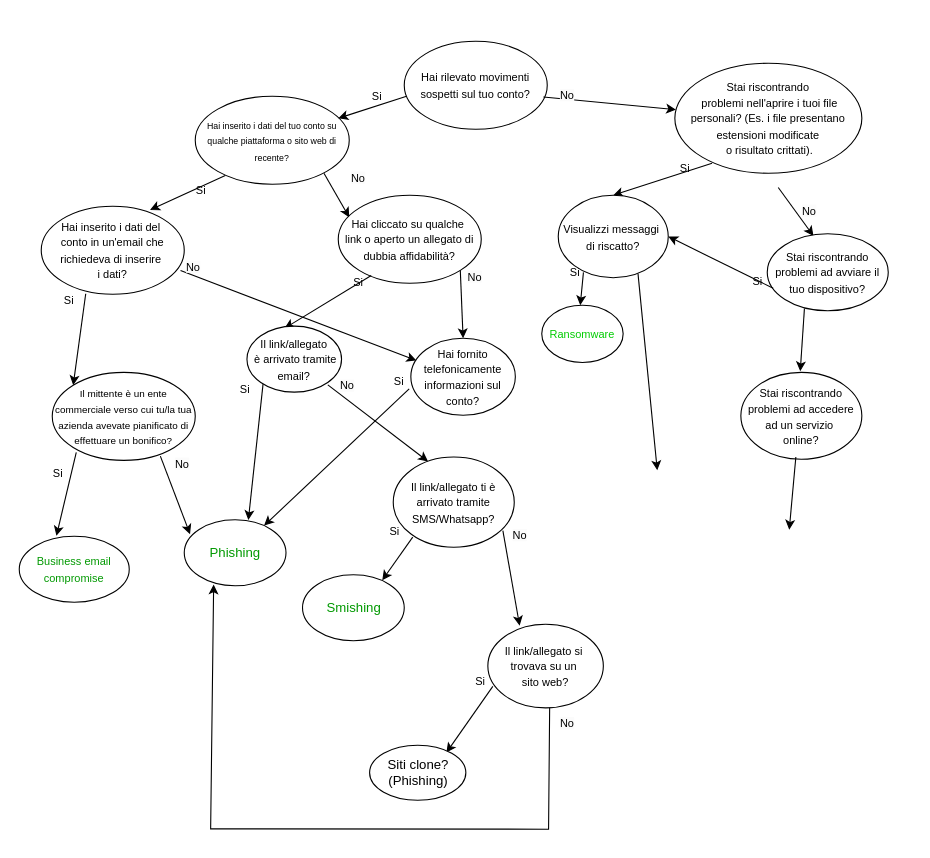
Before: Diagramma senza titolo.drawio in ClaudiaMarano/Decision-tree, a draw.io diagram. Source tidied: cells renumbered, new cells numbered last; positions are measured from the earlier drawing's top-left corner, leaving out a move shared by most shapes. Both pictures are drawn from the tidied source at 110%, with x=0, y=0 at pixel (19, 41).
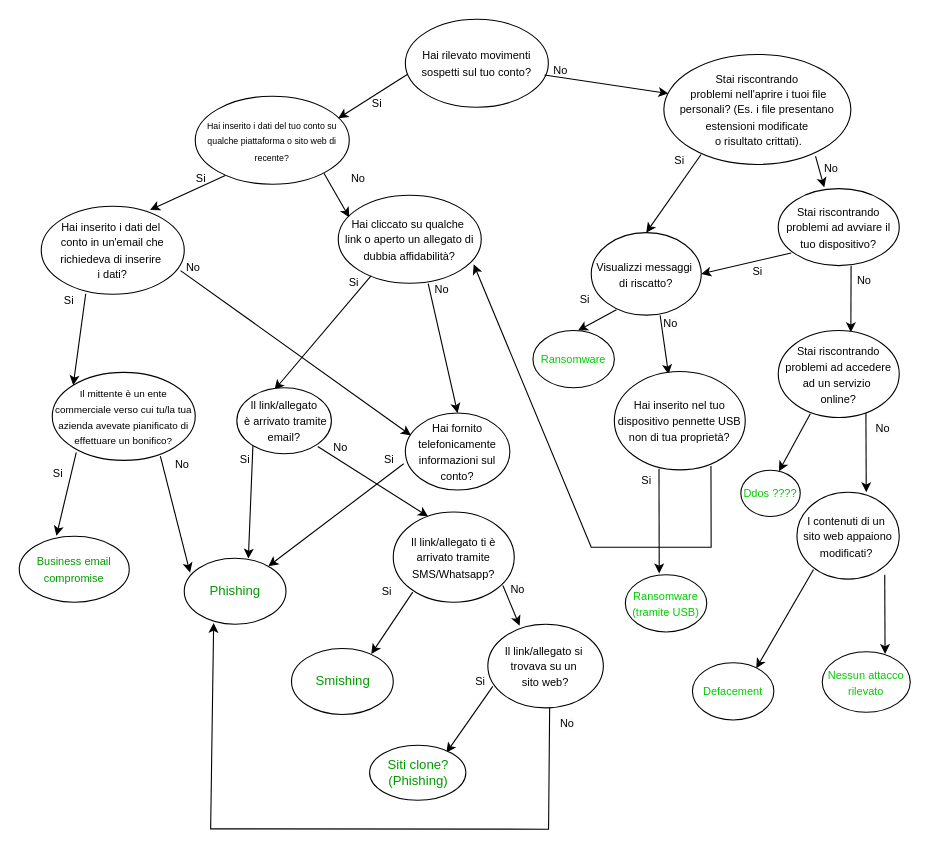
The same diagram, later.

Unchanged cells that the change refers to:
```xml
<mxCell id="15" value="&lt;span style=&quot;font-size: 10px;&quot;&gt;Hai cliccato su qualche&amp;nbsp;&lt;/span&gt;&lt;div&gt;&lt;span style=&quot;font-size: 10px;&quot;&gt;link o aperto un allegato di dubbia affidabilità?&lt;/span&gt;&lt;/div&gt;" style="ellipse;whiteSpace=wrap;html=1;" parent="1" vertex="1">
  <mxGeometry x="290" y="140" width="130" height="80" as="geometry" />
</mxCell>
```

The edit, as a diff of the source:
```diff
@@
     <mxCell id="2" value="&lt;font style=&quot;font-size: 10px;&quot;&gt;Hai rilevato movimenti sospetti sul tuo conto?&lt;/font&gt;" style="ellipse;whiteSpace=wrap;html=1;" parent="1" vertex="1">
-      <mxGeometry x="350" width="130" height="80" as="geometry" />
+      <mxGeometry x="351" y="-20" width="130" height="80" as="geometry" />
     </mxCell>
     <mxCell id="3" value="&lt;font style=&quot;font-size: 10px;&quot;&gt;Stai riscontrando&lt;/font&gt;&lt;div&gt;&lt;font style=&quot;font-size: 10px;&quot;&gt;&amp;nbsp;problemi nell'aprire i tuoi file personali? (Es. i file presentano estensioni modificate&lt;/font&gt;&lt;/div&gt;&lt;div&gt;&lt;font style=&quot;font-size: 10px;&quot;&gt;&amp;nbsp;o risultato crittati).&lt;/font&gt;&lt;/div&gt;" style="ellipse;whiteSpace=wrap;html=1;" parent="1" vertex="1">
-      <mxGeometry x="596" y="20" width="170" height="100" as="geometry" />
+      <mxGeometry x="586" y="12" width="170" height="100" as="geometry" />
     </mxCell>
@@
-    <mxCell id="6" style="endArrow=classic;html=1;rounded=0;exitX=0.973;exitY=0.633;exitDx=0;exitDy=0;exitPerimeter=0;" parent="1" edge="1" source="2" target="3">
+    <mxCell id="6" style="endArrow=classic;html=1;rounded=0;exitX=0.973;exitY=0.633;exitDx=0;exitDy=0;exitPerimeter=0;entryX=0.024;entryY=0.355;entryDx=0;entryDy=0;entryPerimeter=0;" parent="1" edge="1" source="2" target="3">
       <mxGeometry relative="1" as="geometry" />
     </mxCell>
     <mxCell id="7" value="&lt;font style=&quot;font-size: 10px;&quot;&gt;Si&lt;/font&gt;" style="text;html=1;align=center;verticalAlign=middle;strokeColor=none;fillColor=none;" parent="1" vertex="1">
-      <mxGeometry x="310" y="35" width="30" height="30" as="geometry" />
+      <mxGeometry x="310" y="41" width="30" height="30" as="geometry" />
     </mxCell>
     <mxCell id="8" value="&lt;span style=&quot;color: rgb(0, 0, 0); font-family: Helvetica; font-size: 10px; font-style: normal; font-variant-ligatures: normal; font-variant-caps: normal; font-weight: 400; letter-spacing: normal; orphans: 2; text-align: center; text-indent: 0px; text-transform: none; widows: 2; word-spacing: 0px; -webkit-text-stroke-width: 0px; white-space: nowrap; background-color: rgb(251, 251, 251); text-decoration-thickness: initial; text-decoration-style: initial; text-decoration-color: initial; display: inline !important; float: none;&quot;&gt;No&lt;/span&gt;" style="text;whiteSpace=wrap;html=1;" parent="1" vertex="1">
-      <mxGeometry x="490" y="35" width="20" height="20" as="geometry" />
+      <mxGeometry x="484" y="12" width="20" height="18" as="geometry" />
     </mxCell>
     <mxCell id="9" value="&lt;font style=&quot;font-size: 10px;&quot;&gt;Si&lt;/font&gt;" style="text;html=1;align=center;verticalAlign=middle;strokeColor=none;fillColor=none;" parent="1" vertex="1">
-      <mxGeometry x="150" y="120" width="30" height="30" as="geometry" />
+      <mxGeometry x="150" y="109" width="30" height="30" as="geometry" />
     </mxCell>
@@
     <mxCell id="11" value="&lt;font style=&quot;font-size: 10px;&quot;&gt;Si&lt;/font&gt;" style="text;html=1;align=center;verticalAlign=middle;strokeColor=none;fillColor=none;" parent="1" vertex="1">
-      <mxGeometry x="590" y="100" width="30" height="30" as="geometry" />
+      <mxGeometry x="585" y="93" width="30" height="30" as="geometry" />
     </mxCell>
@@
     <mxCell id="17" value="&lt;span style=&quot;color: rgb(0, 0, 0); font-family: Helvetica; font-size: 10px; font-style: normal; font-variant-ligatures: normal; font-variant-caps: normal; font-weight: 400; letter-spacing: normal; orphans: 2; text-align: center; text-indent: 0px; text-transform: none; widows: 2; word-spacing: 0px; -webkit-text-stroke-width: 0px; white-space: nowrap; background-color: rgb(251, 251, 251); text-decoration-thickness: initial; text-decoration-style: initial; text-decoration-color: initial; display: inline !important; float: none;&quot;&gt;No&lt;/span&gt;" style="text;whiteSpace=wrap;html=1;" parent="1" vertex="1">
-      <mxGeometry x="710" y="140" width="20" height="20" as="geometry" />
+      <mxGeometry x="730" y="101" width="20" height="20" as="geometry" />
     </mxCell>
-    <mxCell id="18" style="endArrow=classic;html=1;rounded=0;exitX=0.973;exitY=0.633;exitDx=0;exitDy=0;exitPerimeter=0;" parent="1" edge="1">
-      <mxGeometry relative="1" as="geometry">
-        <mxPoint x="690" y="133" as="sourcePoint" />
-        <mxPoint x="722" y="177" as="targetPoint" />
-      </mxGeometry>
+    <mxCell id="18" style="endArrow=classic;html=1;rounded=0;exitX=0.811;exitY=0.925;exitDx=0;exitDy=0;exitPerimeter=0;entryX=0.38;entryY=-0.016;entryDx=0;entryDy=0;entryPerimeter=0;" parent="1" edge="1" source="3" target="54">
+      <mxGeometry relative="1" as="geometry" />
     </mxCell>
@@
-    <mxCell id="20" style="endArrow=classic;html=1;rounded=0;exitX=1;exitY=1;exitDx=0;exitDy=0;entryX=0.5;entryY=0;entryDx=0;entryDy=0;" parent="1" edge="1" source="15" target="21">
+    <mxCell id="20" style="endArrow=classic;html=1;rounded=0;exitX=0.629;exitY=1.005;exitDx=0;exitDy=0;entryX=0.5;entryY=0;entryDx=0;entryDy=0;exitPerimeter=0;" parent="1" edge="1" source="15" target="21">
       <mxGeometry relative="1" as="geometry" />
     </mxCell>
     <mxCell id="21" value="&lt;span style=&quot;font-size: 10px;&quot;&gt;Hai fornito telefonicamente informazioni sul conto?&lt;/span&gt;" style="ellipse;whiteSpace=wrap;html=1;" parent="1" vertex="1">
-      <mxGeometry x="356" y="270" width="95" height="70" as="geometry" />
+      <mxGeometry x="351" y="338" width="95" height="70" as="geometry" />
     </mxCell>
@@
     <mxCell id="28" value="&lt;span style=&quot;color: rgb(0, 0, 0); font-family: Helvetica; font-size: 10px; font-style: normal; font-variant-ligatures: normal; font-variant-caps: normal; font-weight: 400; letter-spacing: normal; orphans: 2; text-align: center; text-indent: 0px; text-transform: none; widows: 2; word-spacing: 0px; -webkit-text-stroke-width: 0px; white-space: nowrap; background-color: rgb(251, 251, 251); text-decoration-thickness: initial; text-decoration-style: initial; text-decoration-color: initial; display: inline !important; float: none;&quot;&gt;No&lt;/span&gt;" style="text;whiteSpace=wrap;html=1;" parent="1" vertex="1">
-      <mxGeometry x="406" y="200" width="20" height="20" as="geometry" />
+      <mxGeometry x="376" y="211" width="20" height="20" as="geometry" />
     </mxCell>
@@
     <mxCell id="33" value="&lt;font color=&quot;#009900&quot;&gt;Phishing&lt;/font&gt;" style="ellipse;whiteSpace=wrap;html=1;" parent="1" vertex="1">
-      <mxGeometry x="150" y="435" width="92.5" height="60" as="geometry" />
+      <mxGeometry x="150" y="470" width="92.5" height="60" as="geometry" />
     </mxCell>
     <mxCell id="34" value="&lt;span style=&quot;font-size: 10px;&quot;&gt;Il link/allegato&lt;/span&gt;&lt;div&gt;&lt;span style=&quot;font-size: 10px;&quot;&gt;&amp;nbsp;è arrivato tramite email?&lt;/span&gt;&lt;/div&gt;" style="ellipse;whiteSpace=wrap;html=1;" parent="1" vertex="1">
-      <mxGeometry x="207" y="259" width="86" height="60" as="geometry" />
+      <mxGeometry x="197.8" y="315" width="86" height="60" as="geometry" />
     </mxCell>
     <mxCell id="35" value="&lt;font style=&quot;font-size: 10px;&quot;&gt;Si&lt;/font&gt;" style="text;html=1;align=center;verticalAlign=middle;strokeColor=none;fillColor=none;" parent="1" vertex="1">
-      <mxGeometry x="293" y="204" width="30" height="30" as="geometry" />
+      <mxGeometry x="289" y="204" width="30" height="30" as="geometry" />
     </mxCell>
@@
     <mxCell id="38" value="&lt;span style=&quot;font-size: 10px;&quot;&gt;Il link/allegato ti è arrivato tramite SMS/Whatsapp?&lt;/span&gt;" style="ellipse;whiteSpace=wrap;html=1;" parent="1" vertex="1">
-      <mxGeometry x="340" y="378" width="110" height="82" as="geometry" />
+      <mxGeometry x="340" y="428" width="110" height="82" as="geometry" />
     </mxCell>
     <mxCell id="39" value="&lt;font style=&quot;font-size: 10px;&quot;&gt;Si&lt;/font&gt;" style="text;html=1;align=center;verticalAlign=middle;strokeColor=none;fillColor=none;" parent="1" vertex="1">
-      <mxGeometry x="190" y="301" width="30" height="30" as="geometry" />
+      <mxGeometry x="190" y="365" width="30" height="30" as="geometry" />
     </mxCell>
-    <mxCell id="40" style="endArrow=classic;html=1;rounded=0;exitX=0.161;exitY=0.888;exitDx=0;exitDy=0;exitPerimeter=0;" parent="1" edge="1" source="38">
-      <mxGeometry relative="1" as="geometry">
-        <mxPoint x="330" y="490" as="targetPoint" />
-      </mxGeometry>
+    <mxCell id="40" style="endArrow=classic;html=1;rounded=0;exitX=0.161;exitY=0.888;exitDx=0;exitDy=0;exitPerimeter=0;entryX=0.784;entryY=0.083;entryDx=0;entryDy=0;entryPerimeter=0;" parent="1" edge="1" source="38" target="41">
+      <mxGeometry relative="1" as="geometry" />
     </mxCell>
     <mxCell id="41" value="&lt;font color=&quot;#009900&quot;&gt;Smishing&lt;/font&gt;" style="ellipse;whiteSpace=wrap;html=1;" parent="1" vertex="1">
-      <mxGeometry x="257.5" y="485" width="92.5" height="60" as="geometry" />
+      <mxGeometry x="247.5" y="552" width="92.5" height="60" as="geometry" />
     </mxCell>
@@
     <mxCell id="43" value="&lt;font style=&quot;font-size: 10px;&quot;&gt;Si&lt;/font&gt;" style="text;html=1;align=center;verticalAlign=middle;strokeColor=none;fillColor=none;" parent="1" vertex="1">
-      <mxGeometry x="330" y="294" width="30" height="30" as="geometry" />
+      <mxGeometry x="321" y="365" width="30" height="30" as="geometry" />
     </mxCell>
     <mxCell id="44" value="&lt;font style=&quot;font-size: 10px;&quot;&gt;Si&lt;/font&gt;" style="text;html=1;align=center;verticalAlign=middle;strokeColor=none;fillColor=none;" parent="1" vertex="1">
-      <mxGeometry x="326" y="430" width="30" height="30" as="geometry" />
+      <mxGeometry x="318.5" y="485" width="30" height="30" as="geometry" />
     </mxCell>
     <mxCell id="45" value="&lt;span style=&quot;color: rgb(0, 0, 0); font-family: Helvetica; font-size: 10px; font-style: normal; font-variant-ligatures: normal; font-variant-caps: normal; font-weight: 400; letter-spacing: normal; orphans: 2; text-align: center; text-indent: 0px; text-transform: none; widows: 2; word-spacing: 0px; -webkit-text-stroke-width: 0px; white-space: nowrap; background-color: rgb(251, 251, 251); text-decoration-thickness: initial; text-decoration-style: initial; text-decoration-color: initial; display: inline !important; float: none;&quot;&gt;No&lt;/span&gt;" style="text;whiteSpace=wrap;html=1;" parent="1" vertex="1">
-      <mxGeometry x="290" y="299" width="20" height="20" as="geometry" />
+      <mxGeometry x="283.8" y="355" width="20" height="20" as="geometry" />
     </mxCell>
@@
-    <mxCell id="49" value="Siti clone? (Phishing)" style="ellipse;whiteSpace=wrap;html=1;" parent="1" vertex="1">
+    <mxCell id="49" value="&lt;font color=&quot;#009900&quot;&gt;Siti clone? (Phishing)&lt;/font&gt;" style="ellipse;whiteSpace=wrap;html=1;" parent="1" vertex="1">
       <mxGeometry x="318.5" y="640" width="87.5" height="50" as="geometry" />
     </mxCell>
@@
     <mxCell id="51" value="&lt;span style=&quot;color: rgb(0, 0, 0); font-family: Helvetica; font-size: 10px; font-style: normal; font-variant-ligatures: normal; font-variant-caps: normal; font-weight: 400; letter-spacing: normal; orphans: 2; text-align: center; text-indent: 0px; text-transform: none; widows: 2; word-spacing: 0px; -webkit-text-stroke-width: 0px; white-space: nowrap; background-color: rgb(251, 251, 251); text-decoration-thickness: initial; text-decoration-style: initial; text-decoration-color: initial; display: inline !important; float: none;&quot;&gt;No&lt;/span&gt;" style="text;whiteSpace=wrap;html=1;" parent="1" vertex="1">
-      <mxGeometry x="447" y="435" width="20" height="20" as="geometry" />
+      <mxGeometry x="445" y="484" width="20" height="20" as="geometry" />
     </mxCell>
@@
     <mxCell id="53" value="&lt;span style=&quot;font-size: 10px;&quot;&gt;Visualizzi messaggi&amp;nbsp;&lt;/span&gt;&lt;div&gt;&lt;span style=&quot;font-size: 10px;&quot;&gt;di riscatto?&lt;/span&gt;&lt;/div&gt;" style="ellipse;whiteSpace=wrap;html=1;" parent="1" vertex="1">
-      <mxGeometry x="490" y="140" width="100" height="75" as="geometry" />
+      <mxGeometry x="520" y="174" width="100" height="75" as="geometry" />
     </mxCell>
     <mxCell id="54" value="&lt;span style=&quot;font-size: 10px;&quot;&gt;Stai riscontrando problemi ad avviare il tuo dispositivo?&lt;/span&gt;" style="ellipse;whiteSpace=wrap;html=1;" parent="1" vertex="1">
-      <mxGeometry x="680" y="175" width="110" height="70" as="geometry" />
+      <mxGeometry x="690" y="134" width="110" height="70" as="geometry" />
     </mxCell>
-    <mxCell id="55" style="endArrow=classic;html=1;rounded=0;entryX=1;entryY=0.5;entryDx=0;entryDy=0;exitX=0.049;exitY=0.708;exitDx=0;exitDy=0;exitPerimeter=0;" parent="1" edge="1" source="54" target="53">
+    <mxCell id="55" style="endArrow=classic;html=1;rounded=0;entryX=1;entryY=0.5;entryDx=0;entryDy=0;exitX=0.107;exitY=0.835;exitDx=0;exitDy=0;exitPerimeter=0;" parent="1" edge="1" source="54" target="53">
       <mxGeometry relative="1" as="geometry" />
     </mxCell>
-    <mxCell id="56" style="endArrow=classic;html=1;rounded=0;exitX=0.229;exitY=0.935;exitDx=0;exitDy=0;exitPerimeter=0;" parent="1" edge="1" source="53">
-      <mxGeometry relative="1" as="geometry">
-        <mxPoint x="510" y="240" as="targetPoint" />
-      </mxGeometry>
+    <mxCell id="56" style="endArrow=classic;html=1;rounded=0;exitX=0.229;exitY=0.935;exitDx=0;exitDy=0;exitPerimeter=0;entryX=0.553;entryY=0;entryDx=0;entryDy=0;entryPerimeter=0;" parent="1" edge="1" source="53" target="57">
+      <mxGeometry relative="1" as="geometry" />
     </mxCell>
     <mxCell id="57" value="&lt;span style=&quot;font-size: 10px;&quot;&gt;&lt;font color=&quot;#00cc00&quot;&gt;Ransomware&lt;/font&gt;&lt;/span&gt;" style="ellipse;whiteSpace=wrap;html=1;" parent="1" vertex="1">
-      <mxGeometry x="475" y="240" width="74" height="52" as="geometry" />
+      <mxGeometry x="467" y="263" width="74" height="52" as="geometry" />
     </mxCell>
@@
     <mxCell id="59" value="&lt;font style=&quot;font-size: 10px;&quot;&gt;Si&lt;/font&gt;" style="text;html=1;align=center;verticalAlign=middle;strokeColor=none;fillColor=none;" parent="1" vertex="1">
-      <mxGeometry x="490" y="195" width="30" height="30" as="geometry" />
+      <mxGeometry x="499" y="219" width="30" height="30" as="geometry" />
     </mxCell>
     <mxCell id="60" value="&lt;font style=&quot;font-size: 10px;&quot;&gt;Si&lt;/font&gt;" style="text;html=1;align=center;verticalAlign=middle;strokeColor=none;fillColor=none;" parent="1" vertex="1">
-      <mxGeometry x="656" y="203" width="30" height="30" as="geometry" />
+      <mxGeometry x="656" y="194" width="30" height="30" as="geometry" />
     </mxCell>
-    <mxCell id="61" style="endArrow=classic;html=1;rounded=0;exitX=0.973;exitY=0.633;exitDx=0;exitDy=0;exitPerimeter=0;" parent="1" edge="1">
-      <mxGeometry relative="1" as="geometry">
-        <mxPoint x="713.8" y="243" as="sourcePoint" />
-        <mxPoint x="710" y="300" as="targetPoint" />
-      </mxGeometry>
+    <mxCell id="61" style="endArrow=classic;html=1;rounded=0;exitX=0.602;exitY=1;exitDx=0;exitDy=0;exitPerimeter=0;entryX=0.6;entryY=0.019;entryDx=0;entryDy=0;entryPerimeter=0;" parent="1" edge="1" source="54" target="62">
+      <mxGeometry relative="1" as="geometry" />
     </mxCell>
     <mxCell id="62" value="&lt;span style=&quot;font-size: 10px;&quot;&gt;Stai riscontrando problemi ad accedere ad un servizio&amp;nbsp;&lt;/span&gt;&lt;div&gt;&lt;span style=&quot;font-size: 10px;&quot;&gt;online?&lt;/span&gt;&lt;/div&gt;" style="ellipse;whiteSpace=wrap;html=1;" parent="1" vertex="1">
-      <mxGeometry x="656" y="301" width="110" height="79" as="geometry" />
+      <mxGeometry x="690" y="263" width="110" height="79" as="geometry" />
     </mxCell>
-    <mxCell id="63" style="endArrow=classic;html=1;rounded=0;exitX=0.358;exitY=1.012;exitDx=0;exitDy=0;exitPerimeter=0;" parent="1" edge="1">
-      <mxGeometry relative="1" as="geometry">
-        <mxPoint x="706" y="378" as="sourcePoint" />
-        <mxPoint x="700" y="444" as="targetPoint" />
-      </mxGeometry>
+    <mxCell id="63" style="endArrow=classic;html=1;rounded=0;exitX=0.265;exitY=0.957;exitDx=0;exitDy=0;exitPerimeter=0;entryX=0.643;entryY=0.019;entryDx=0;entryDy=0;entryPerimeter=0;" parent="1" edge="1" source="62" target="72">
+      <mxGeometry relative="1" as="geometry" />
     </mxCell>
-    <mxCell id="64" style="endArrow=classic;html=1;rounded=0;exitX=0.725;exitY=0.95;exitDx=0;exitDy=0;exitPerimeter=0;" parent="1" edge="1" source="53">
-      <mxGeometry relative="1" as="geometry">
-        <mxPoint x="580" y="390" as="targetPoint" />
-      </mxGeometry>
+    <mxCell id="64" style="endArrow=classic;html=1;rounded=0;exitX=0.626;exitY=1.001;exitDx=0;exitDy=0;exitPerimeter=0;entryX=0.414;entryY=0.029;entryDx=0;entryDy=0;entryPerimeter=0;" parent="1" edge="1" source="53" target="65">
+      <mxGeometry relative="1" as="geometry" />
     </mxCell>
+    <mxCell id="65" value="&lt;span style=&quot;font-size: 10px;&quot;&gt;Hai inserito nel tuo dispositivo pennette USB non di tua proprietà?&lt;/span&gt;" style="ellipse;whiteSpace=wrap;html=1;" parent="1" vertex="1">
+      <mxGeometry x="541" y="300.2" width="119" height="89.5" as="geometry" />
+    </mxCell>
+    <mxCell id="66" value="&lt;span style=&quot;color: rgb(0, 0, 0); font-family: Helvetica; font-size: 10px; font-style: normal; font-variant-ligatures: normal; font-variant-caps: normal; font-weight: 400; letter-spacing: normal; orphans: 2; text-align: center; text-indent: 0px; text-transform: none; widows: 2; word-spacing: 0px; -webkit-text-stroke-width: 0px; white-space: nowrap; background-color: rgb(251, 251, 251); text-decoration-thickness: initial; text-decoration-style: initial; text-decoration-color: initial; display: inline !important; float: none;&quot;&gt;No&lt;/span&gt;" style="text;whiteSpace=wrap;html=1;" parent="1" vertex="1">
+      <mxGeometry x="584" y="242" width="20" height="20" as="geometry" />
+    </mxCell>
+    <mxCell id="67" style="endArrow=classic;html=1;rounded=0;exitX=0.341;exitY=0.987;exitDx=0;exitDy=0;exitPerimeter=0;entryX=0.416;entryY=-0.022;entryDx=0;entryDy=0;entryPerimeter=0;" parent="1" edge="1" source="65" target="69">
+      <mxGeometry relative="1" as="geometry" />
+    </mxCell>
+    <mxCell id="68" style="endArrow=classic;html=1;rounded=0;exitX=0.738;exitY=0.959;exitDx=0;exitDy=0;exitPerimeter=0;entryX=0.947;entryY=0.785;entryDx=0;entryDy=0;entryPerimeter=0;" parent="1" edge="1" source="65" target="15">
+      <mxGeometry relative="1" as="geometry">
+        <Array as="points">
+          <mxPoint x="629" y="460" />
+          <mxPoint x="520" y="460" />
+        </Array>
+      </mxGeometry>
+    </mxCell>
+    <mxCell id="69" value="&lt;span style=&quot;font-size: 10px;&quot;&gt;&lt;font color=&quot;#00cc00&quot;&gt;Ransomware (tramite USB)&lt;/font&gt;&lt;/span&gt;" style="ellipse;whiteSpace=wrap;html=1;" parent="1" vertex="1">
+      <mxGeometry x="551" y="485" width="74" height="52" as="geometry" />
+    </mxCell>
+    <mxCell id="70" value="&lt;span style=&quot;color: rgb(0, 0, 0); font-family: Helvetica; font-size: 10px; font-style: normal; font-variant-ligatures: normal; font-variant-caps: normal; font-weight: 400; letter-spacing: normal; orphans: 2; text-align: center; text-indent: 0px; text-transform: none; widows: 2; word-spacing: 0px; -webkit-text-stroke-width: 0px; white-space: nowrap; background-color: rgb(251, 251, 251); text-decoration-thickness: initial; text-decoration-style: initial; text-decoration-color: initial; display: inline !important; float: none;&quot;&gt;No&lt;/span&gt;" style="text;whiteSpace=wrap;html=1;" parent="1" vertex="1">
+      <mxGeometry x="760" y="203" width="20" height="20" as="geometry" />
+    </mxCell>
+    <mxCell id="71" style="endArrow=classic;html=1;rounded=0;exitX=0.602;exitY=1;exitDx=0;exitDy=0;exitPerimeter=0;" parent="1" edge="1">
+      <mxGeometry relative="1" as="geometry">
+        <mxPoint x="769.7" y="338" as="sourcePoint" />
+        <mxPoint x="770" y="410" as="targetPoint" />
+      </mxGeometry>
+    </mxCell>
+    <mxCell id="72" value="&lt;span style=&quot;font-size: 10px;&quot;&gt;&lt;font color=&quot;#00cc00&quot;&gt;Ddos ????&lt;/font&gt;&lt;/span&gt;" style="ellipse;whiteSpace=wrap;html=1;" parent="1" vertex="1">
+      <mxGeometry x="656" y="390" width="54" height="42" as="geometry" />
+    </mxCell>
+    <mxCell id="73" value="&lt;span style=&quot;font-size: 10px;&quot;&gt;I contenuti di un&amp;nbsp;&lt;/span&gt;&lt;div&gt;&lt;span style=&quot;font-size: 10px;&quot;&gt;sito web appaiono modificati?&amp;nbsp;&lt;/span&gt;&lt;/div&gt;" style="ellipse;whiteSpace=wrap;html=1;" parent="1" vertex="1">
+      <mxGeometry x="707" y="410" width="93" height="79" as="geometry" />
+    </mxCell>
+    <mxCell id="74" value="&lt;span style=&quot;color: rgb(0, 0, 0); font-family: Helvetica; font-size: 10px; font-style: normal; font-variant-ligatures: normal; font-variant-caps: normal; font-weight: 400; letter-spacing: normal; orphans: 2; text-align: center; text-indent: 0px; text-transform: none; widows: 2; word-spacing: 0px; -webkit-text-stroke-width: 0px; white-space: nowrap; background-color: rgb(251, 251, 251); text-decoration-thickness: initial; text-decoration-style: initial; text-decoration-color: initial; display: inline !important; float: none;&quot;&gt;No&lt;/span&gt;" style="text;whiteSpace=wrap;html=1;" parent="1" vertex="1">
+      <mxGeometry x="777" y="338" width="20" height="20" as="geometry" />
+    </mxCell>
+    <mxCell id="75" style="endArrow=classic;html=1;rounded=0;exitX=0.162;exitY=0.89;exitDx=0;exitDy=0;exitPerimeter=0;" parent="1" edge="1" source="73">
+      <mxGeometry relative="1" as="geometry">
+        <mxPoint x="670" y="570" as="targetPoint" />
+      </mxGeometry>
+    </mxCell>
+    <mxCell id="76" style="endArrow=classic;html=1;rounded=0;exitX=0.602;exitY=1;exitDx=0;exitDy=0;exitPerimeter=0;" parent="1" edge="1">
+      <mxGeometry relative="1" as="geometry">
+        <mxPoint x="786.8" y="485" as="sourcePoint" />
+        <mxPoint x="787.1" y="557" as="targetPoint" />
+      </mxGeometry>
+    </mxCell>
+    <mxCell id="77" value="&lt;span style=&quot;font-size: 10px;&quot;&gt;&lt;font color=&quot;#00cc00&quot;&gt;Defacement&lt;/font&gt;&lt;/span&gt;" style="ellipse;whiteSpace=wrap;html=1;" parent="1" vertex="1">
+      <mxGeometry x="612" y="565" width="74" height="52" as="geometry" />
+    </mxCell>
+    <mxCell id="78" value="&lt;span style=&quot;font-size: 10px;&quot;&gt;&lt;font color=&quot;#00cc00&quot;&gt;Nessun attacco rilevato&lt;/font&gt;&lt;/span&gt;" style="ellipse;whiteSpace=wrap;html=1;" parent="1" vertex="1">
+      <mxGeometry x="730" y="555" width="80" height="55" as="geometry" />
+    </mxCell>
+    <mxCell id="79" value="&lt;font style=&quot;font-size: 10px;&quot;&gt;Si&lt;/font&gt;" style="text;html=1;align=center;verticalAlign=middle;strokeColor=none;fillColor=none;" parent="1" vertex="1">
+      <mxGeometry x="555" y="384" width="30" height="30" as="geometry" />
+    </mxCell>
```
